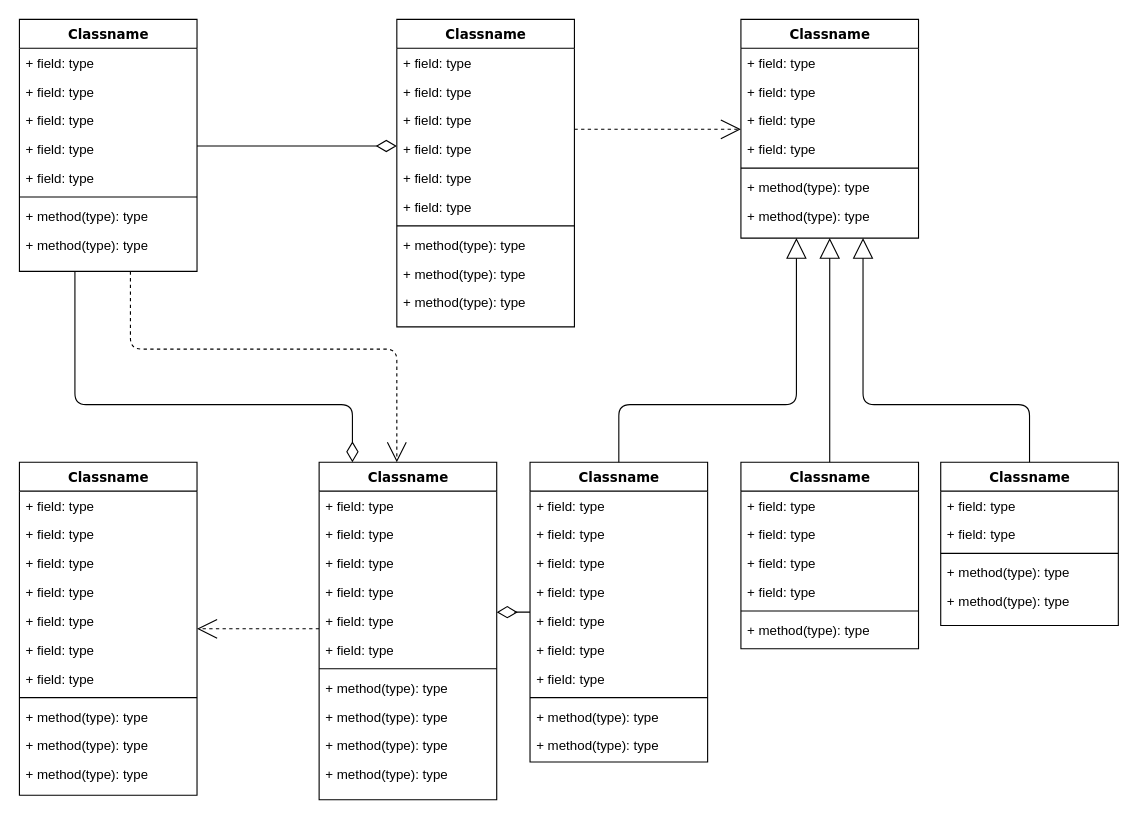
The draw.io diagram Untitled Diagram.drawio in itzmedinesh/drawings, before the edit. Source tidied: cells renumbered, new cells numbered last; positions are measured from the earlier drawing's top-left corner, leaving out a move shared by most shapes. Both pictures are drawn from the tidied source at 111%, with x=0, y=0 at pixel (19, 19).
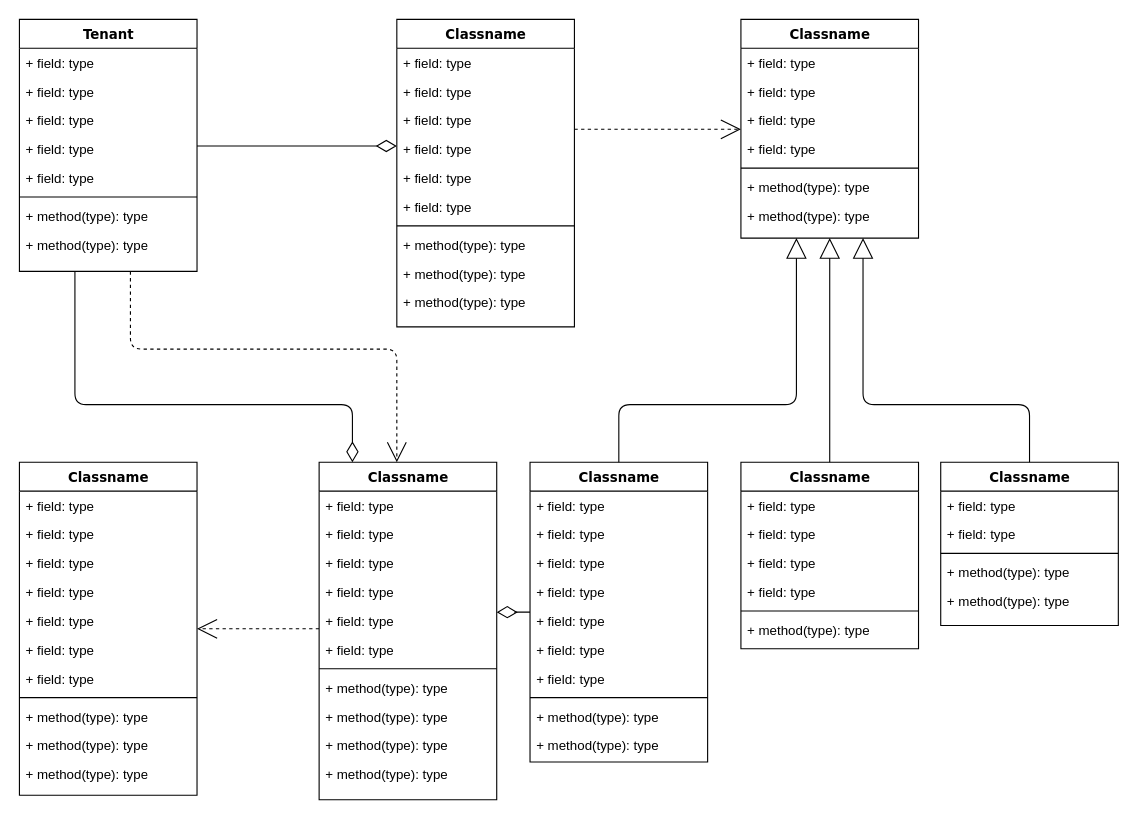
The same diagram, later.

Diff of the diagram source:
```diff
@@
-    <mxCell id="4" value="Classname" style="swimlane;html=1;fontStyle=1;align=center;verticalAlign=top;horizontal=1;startSize=26;swimlaneFillColor=#ffffff;rounded=0;shadow=0;comic=0;labelBackgroundColor=none;strokeWidth=1;fillColor=none;fontFamily=Verdana;fontSize=12;" parent="1" vertex="1">
+    <mxCell id="4" value="Tenant" style="swimlane;html=1;fontStyle=1;align=center;verticalAlign=top;horizontal=1;startSize=26;swimlaneFillColor=#ffffff;rounded=0;shadow=0;comic=0;labelBackgroundColor=none;strokeWidth=1;fillColor=none;fontFamily=Verdana;fontSize=12;" parent="1" vertex="1">
       <mxGeometry width="160" height="227" as="geometry" />
     </mxCell>
```
